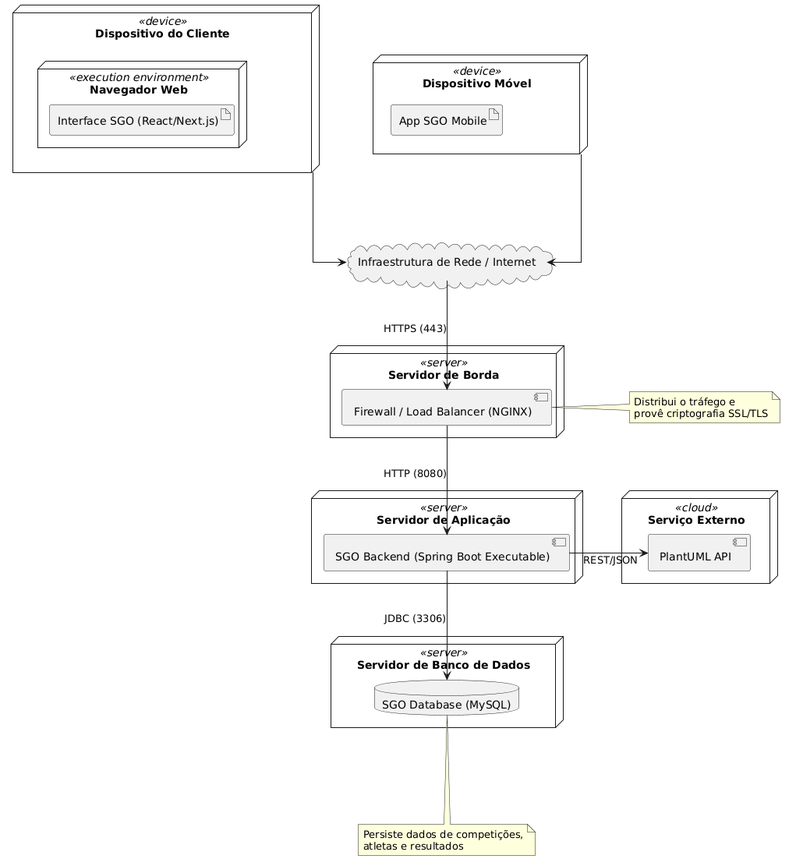
Davii13/Sistema-de-Gest-o-das-Olimp-adas-SGO- keeps this PlantUML diagram as modelagens/imagens/implantacao.png. Above is the earlier version. Its diagram source:
```plantuml
@startuml
skinparam linetype ortho
skinparam nodesep 100
skinparam ranksep 140

node "Dispositivo do Cliente" <<device>> as cliente {
    node "Navegador Web" <<execution environment>> {
        artifact "Interface SGO (React/Next.js)" as front
    }
}

node "Dispositivo Móvel" <<device>> as smartphone {
    artifact "App SGO Mobile" as app_mobile
}

cloud "Infraestrutura de Rede / Internet" as internet

node "Servidor de Borda" <<server>> as borda {
    component "Firewall / Load Balancer (NGINX)" as lb
}

node "Servidor de Aplicação" <<server>> as app_server {
    component "SGO Backend (Spring Boot Executable)" as api
}

node "Servidor de Banco de Dados" <<server>> as db_server {
    database "SGO Database (MySQL)" as db
}

node "Serviço Externo" <<cloud>> {
    component "PlantUML API" as p_api
}

cliente -down-> internet
smartphone -down-> internet
internet -down-> lb : " HTTPS (443)"
lb -down-> api : " HTTP (8080)"
api -down-> db : " JDBC (3306)"
api -right-> p_api : " REST/JSON"

note right of lb
  Distribui o tráfego e
  provê criptografia SSL/TLS
end note

note bottom of db
  Persiste dados de competições,
  atletas e resultados
end note
@enduml
```
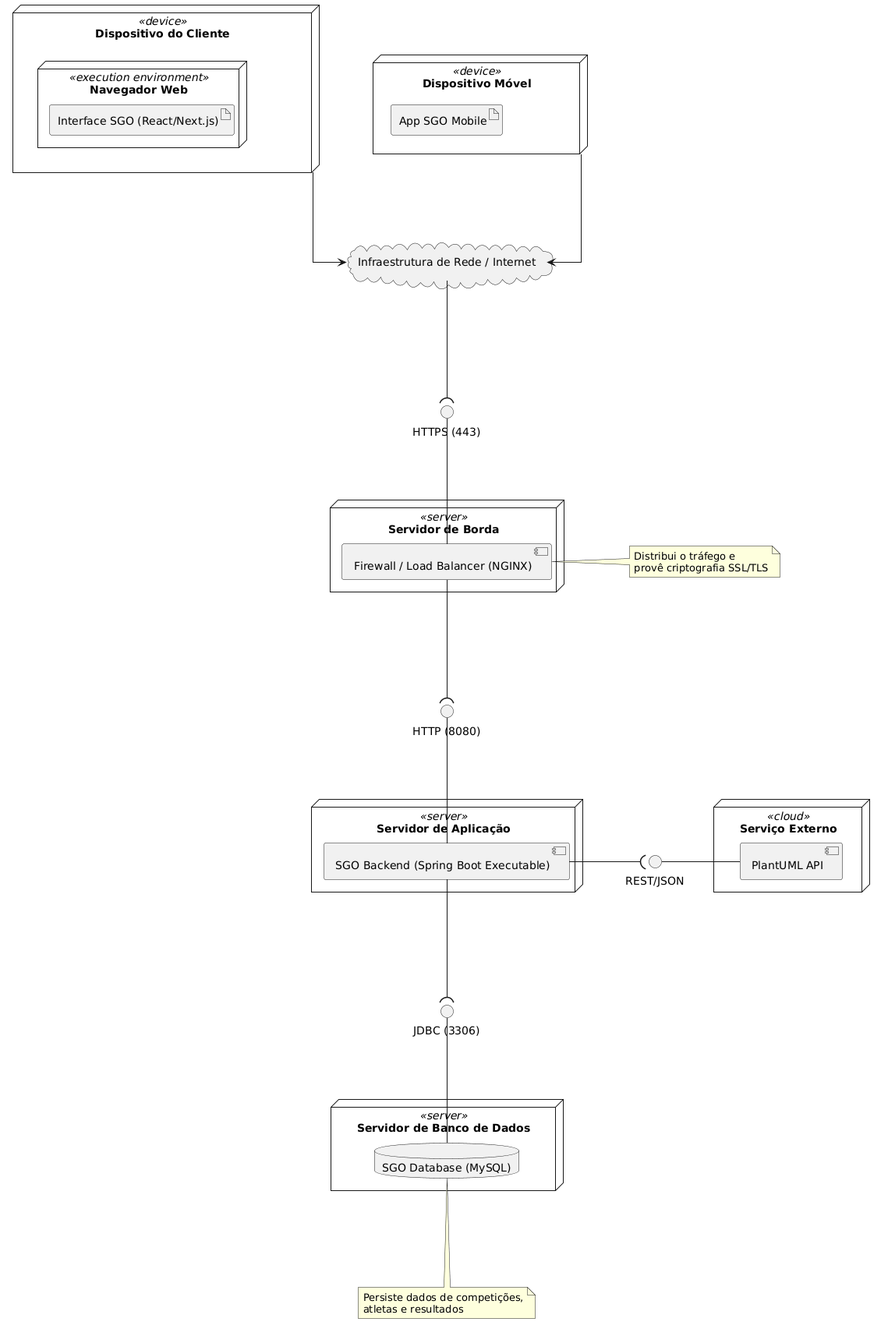
The same diagram one commit later.

Commit message:
corrigindo diagrama

Diff of the diagram source:
```diff
@@ -31,12 +31,25 @@
     component "PlantUML API" as p_api
 }
 
+interface "HTTPS (443)" as i_https
+interface "HTTP (8080)" as i_http
+interface "JDBC (3306)" as i_jdbc
+interface "REST/JSON" as i_rest
+
 cliente -down-> internet
 smartphone -down-> internet
-internet -down-> lb : " HTTPS (443)"
-lb -down-> api : " HTTP (8080)"
-api -down-> db : " JDBC (3306)"
-api -right-> p_api : " REST/JSON"
+
+internet -down-( i_https
+i_https -down- lb
+
+lb -down-( i_http
+i_http -down- api
+
+api -down-( i_jdbc
+i_jdbc -down- db
+
+api -right-( i_rest
+i_rest -right- p_api
 
 note right of lb
   Distribui o tráfego e
```
